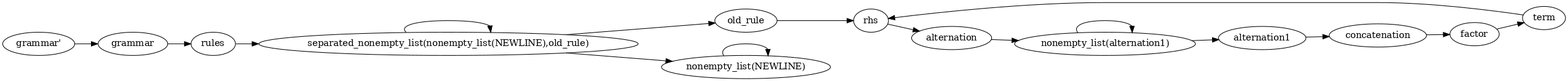
Before: sentenceParser.png, a diagram exported from Graphviz (meta-introspector/gbnf-nice-parser). Its source is kept beside it as lib/sentenceParser.dot.
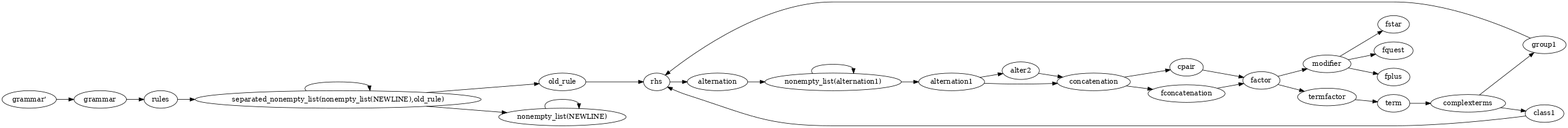
The same file after the commit.

The edit, as a diff of the source:
```diff
@@ -3,33 +3,58 @@
 rankdir = LR;
 ratio = compress;
 nt0 [ label="grammar'" ] ;
-nt1 [ label="term" ] ;
-nt2 [ label="separated_nonempty_list(nonempty_list(NEWLINE),old_rule)" ] ;
-nt3 [ label="rules" ] ;
-nt4 [ label="rhs" ] ;
-nt5 [ label="old_rule" ] ;
-nt6 [ label="nonempty_list(alternation1)" ] ;
-nt7 [ label="nonempty_list(NEWLINE)" ] ;
-nt8 [ label="grammar" ] ;
-nt9 [ label="factor" ] ;
-nt10 [ label="concatenation" ] ;
-nt11 [ label="alternation1" ] ;
-nt12 [ label="alternation" ] ;
-nt0 -> nt8 [ label="" ] ;
-nt1 -> nt4 [ label="" ] ;
-nt2 -> nt2 [ label="" ] ;
-nt2 -> nt5 [ label="" ] ;
-nt2 -> nt7 [ label="" ] ;
-nt3 -> nt2 [ label="" ] ;
-nt4 -> nt12 [ label="" ] ;
-nt5 -> nt4 [ label="" ] ;
-nt6 -> nt6 [ label="" ] ;
-nt6 -> nt11 [ label="" ] ;
+nt1 [ label="termfactor" ] ;
+nt2 [ label="term" ] ;
+nt3 [ label="separated_nonempty_list(nonempty_list(NEWLINE),old_rule)" ] ;
+nt4 [ label="rules" ] ;
+nt5 [ label="rhs" ] ;
+nt6 [ label="old_rule" ] ;
+nt7 [ label="nonempty_list(alternation1)" ] ;
+nt8 [ label="nonempty_list(NEWLINE)" ] ;
+nt9 [ label="modifier" ] ;
+nt10 [ label="group1" ] ;
+nt11 [ label="grammar" ] ;
+nt12 [ label="fstar" ] ;
+nt13 [ label="fquest" ] ;
+nt14 [ label="fplus" ] ;
+nt15 [ label="fconcatenation" ] ;
+nt16 [ label="factor" ] ;
+nt17 [ label="cpair" ] ;
+nt18 [ label="concatenation" ] ;
+nt19 [ label="complexterms" ] ;
+nt20 [ label="class1" ] ;
+nt21 [ label="alternation1" ] ;
+nt22 [ label="alternation" ] ;
+nt23 [ label="alter2" ] ;
+nt0 -> nt11 [ label="" ] ;
+nt1 -> nt2 [ label="" ] ;
+nt2 -> nt19 [ label="" ] ;
+nt3 -> nt3 [ label="" ] ;
+nt3 -> nt6 [ label="" ] ;
+nt3 -> nt8 [ label="" ] ;
+nt4 -> nt3 [ label="" ] ;
+nt5 -> nt22 [ label="" ] ;
+nt6 -> nt5 [ label="" ] ;
 nt7 -> nt7 [ label="" ] ;
-nt8 -> nt3 [ label="" ] ;
-nt9 -> nt1 [ label="" ] ;
-nt10 -> nt9 [ label="" ] ;
-nt11 -> nt10 [ label="" ] ;
-nt12 -> nt6 [ label="" ] ;
+nt7 -> nt21 [ label="" ] ;
+nt8 -> nt8 [ label="" ] ;
+nt9 -> nt12 [ label="" ] ;
+nt9 -> nt13 [ label="" ] ;
+nt9 -> nt14 [ label="" ] ;
+nt10 -> nt5 [ label="" ] ;
+nt11 -> nt4 [ label="" ] ;
+nt15 -> nt16 [ label="" ] ;
+nt16 -> nt1 [ label="" ] ;
+nt16 -> nt9 [ label="" ] ;
+nt17 -> nt16 [ label="" ] ;
+nt18 -> nt15 [ label="" ] ;
+nt18 -> nt17 [ label="" ] ;
+nt19 -> nt10 [ label="" ] ;
+nt19 -> nt20 [ label="" ] ;
+nt20 -> nt5 [ label="" ] ;
+nt21 -> nt18 [ label="" ] ;
+nt21 -> nt23 [ label="" ] ;
+nt22 -> nt7 [ label="" ] ;
+nt23 -> nt18 [ label="" ] ;
 
 }
```
